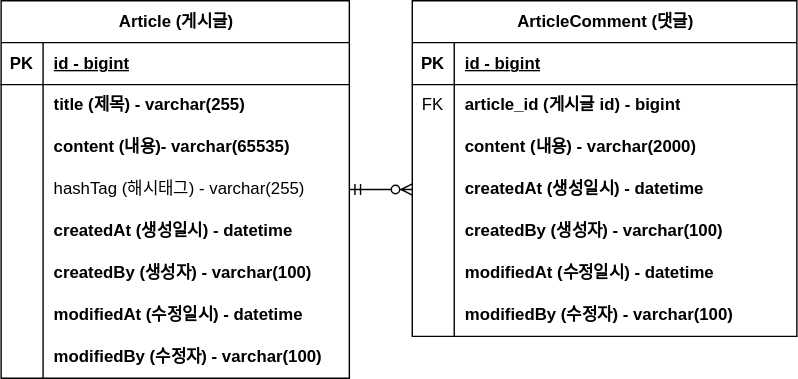
Before: project-board-erd.svg, a diagram exported from draw.io (yoonmyungseok/fastcampus). Source tidied: cells renumbered, new cells last; positions are measured from the earlier drawing's top-left corner, leaving out a move shared by most shapes.
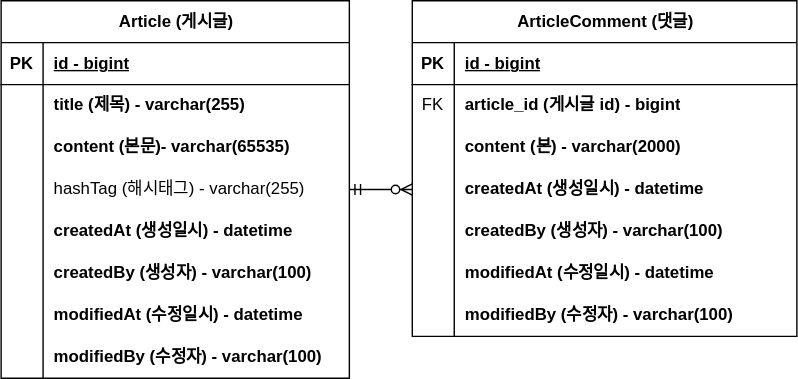
After the change.

Commit message:
#3 - ERD 주석 업데이트 project-board-erd.svg

Change to the diagram source:
```diff
@@ -29,7 +29,7 @@
     <mxCell id="10" style="shape=partialRectangle;fillColor=none;top=0;left=0;bottom=0;right=0;overflow=hidden;whiteSpace=wrap;html=1;" parent="9" vertex="1">
       <mxGeometry width="30" height="30" as="geometry" />
     </mxCell>
-    <mxCell id="11" value="content (내용)- varchar(65535)" style="shape=partialRectangle;fillColor=none;top=0;left=0;bottom=0;right=0;align=left;spacingLeft=6;overflow=hidden;whiteSpace=wrap;html=1;fontStyle=1;" parent="9" vertex="1">
+    <mxCell id="11" value="content (본문)- varchar(65535)" style="shape=partialRectangle;fillColor=none;top=0;left=0;bottom=0;right=0;align=left;spacingLeft=6;overflow=hidden;whiteSpace=wrap;html=1;fontStyle=1;" parent="9" vertex="1">
       <mxGeometry x="30" width="219" height="30" as="geometry" />
     </mxCell>
     <mxCell id="12" style="shape=tableRow;horizontal=0;startSize=0;swimlaneHead=0;swimlaneBody=0;fillColor=none;points=[[0,0.5],[1,0.5]];portConstraint=eastwest;top=0;left=0;right=0;bottom=0;" parent="2" vertex="1">
@@ -104,7 +104,7 @@
     <mxCell id="35" style="shape=partialRectangle;fillColor=none;top=0;left=0;bottom=0;right=0;overflow=hidden;whiteSpace=wrap;html=1;" parent="34" vertex="1">
       <mxGeometry width="30" height="30" as="geometry" />
     </mxCell>
-    <mxCell id="36" value="content (내용) - varchar(2000)" style="shape=partialRectangle;fillColor=none;top=0;left=0;bottom=0;right=0;align=left;spacingLeft=6;overflow=hidden;whiteSpace=wrap;html=1;fontStyle=1;" parent="34" vertex="1">
+    <mxCell id="36" value="content (본) - varchar(2000)" style="shape=partialRectangle;fillColor=none;top=0;left=0;bottom=0;right=0;align=left;spacingLeft=6;overflow=hidden;whiteSpace=wrap;html=1;fontStyle=1;" parent="34" vertex="1">
       <mxGeometry x="30" width="245" height="30" as="geometry" />
     </mxCell>
     <mxCell id="37" style="shape=tableRow;horizontal=0;startSize=0;swimlaneHead=0;swimlaneBody=0;fillColor=none;points=[[0,0.5],[1,0.5]];portConstraint=eastwest;top=0;left=0;right=0;bottom=0;" parent="27" vertex="1">
```
